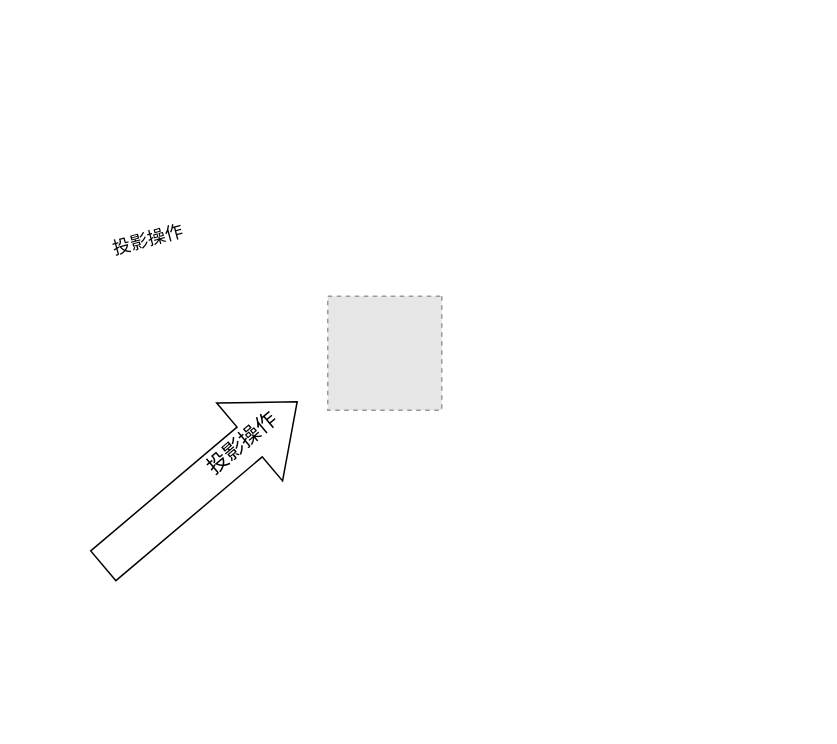
This is Wechat1.drawio from LanxinHe/CHEMP_figs, a draw.io file, before an edit. Source tidied: cells renumbered, new cells numbered last; positions are measured from the earlier drawing's top-left corner, leaving out a move shared by most shapes. Both pictures are drawn from the tidied source at 150%, with x=0, y=0 at pixel (94, 218). Pictures stored in the file or linked from it are replaced by grey dashed boxes.
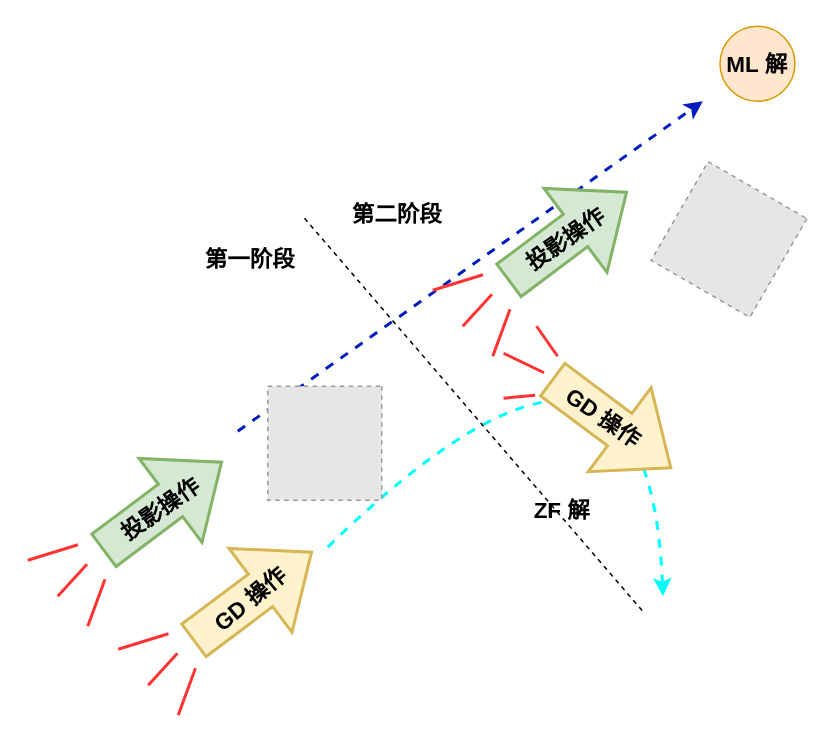
After the change.

Commit message:
Mettre à jour Wechat1.drawio

Diff of the diagram source:
```diff
@@
+    <mxCell id="6" style="endArrow=classic;html=1;rounded=0;fillColor=#0050ef;strokeColor=#001DBC;dashed=1;strokeWidth=2;" parent="1" edge="1">
+      <mxGeometry relative="1" as="geometry">
+        <mxPoint x="95" y="142" as="sourcePoint" />
+        <mxPoint x="405" y="-78" as="targetPoint" />
+      </mxGeometry>
+    </mxCell>
+    <mxCell id="7" style="curved=1;endArrow=classic;html=1;rounded=0;dashed=1;fillColor=#fff2cc;strokeColor=#00FFFF;strokeWidth=2;" parent="1" edge="1">
+      <mxGeometry relative="1" as="geometry">
+        <mxPoint x="155" y="219.2" as="sourcePoint" />
+        <mxPoint x="378.5" y="252" as="targetPoint" />
+        <Array as="points">
+          <mxPoint x="368.5" y="12" />
+        </Array>
+      </mxGeometry>
+    </mxCell>
     <mxCell id="2" style="fillColor=#E6E6E6;strokeColor=#999999;dashed=1;verticalLabelPosition=bottom;labelBackgroundColor=default;verticalAlign=top;rotation=90;" parent="1" vertex="1">
-      <mxGeometry x="155" y="52" width="76" height="76" as="geometry" />
+      <mxGeometry x="115" y="112" width="76" height="76" as="geometry" />
     </mxCell>
-    <mxCell id="3" style="shape=flexArrow;endArrow=classic;html=1;rounded=0;endWidth=41;endSize=13.51;width=26;" parent="1" edge="1">
+    <mxCell id="3" style="shape=flexArrow;endArrow=classic;html=1;rounded=0;endWidth=41;endSize=13.51;width=26;strokeWidth=2;fillColor=#d5e8d4;strokeColor=#82b366;" parent="1" edge="1">
       <mxGeometry relative="1" as="geometry">
-        <mxPoint x="5" y="232" as="sourcePoint" />
-        <mxPoint x="135" y="122" as="targetPoint" />
+        <mxPoint x="5" y="222" as="sourcePoint" />
+        <mxPoint x="85" y="162" as="targetPoint" />
       </mxGeometry>
     </mxCell>
+    <mxCell id="5" value="&lt;font style=&quot;font-size: 15px;&quot;&gt;&lt;b&gt;投影操作&lt;/b&gt;&lt;/font&gt;" style="text;html=1;align=center;verticalAlign=middle;whiteSpace=wrap;rounded=0;fillColor=none;strokeColor=none;rotation=-35;" parent="1" vertex="1">
+      <mxGeometry x="6.5" y="179.2" width="73" height="30" as="geometry" />
+    </mxCell>
+    <mxCell id="8" style="endArrow=none;html=1;rounded=0;strokeColor=#FF3333;strokeWidth=2;" parent="1" edge="1">
+      <mxGeometry relative="1" as="geometry">
+        <mxPoint x="-45" y="228" as="sourcePoint" />
+        <mxPoint x="-11.5" y="217.7" as="targetPoint" />
+      </mxGeometry>
+    </mxCell>
+    <mxCell id="9" style="endArrow=none;html=1;rounded=0;strokeColor=#FF3333;strokeWidth=2;" parent="1" edge="1">
+      <mxGeometry relative="1" as="geometry">
+        <mxPoint x="-5" y="272" as="sourcePoint" />
+        <mxPoint x="6.5" y="240.7" as="targetPoint" />
+      </mxGeometry>
+    </mxCell>
+    <mxCell id="10" style="endArrow=none;html=1;rounded=0;fillColor=#f8cecc;strokeColor=#FF3333;strokeWidth=2;" parent="1" edge="1">
+      <mxGeometry relative="1" as="geometry">
+        <mxPoint x="-25" y="252" as="sourcePoint" />
+        <mxPoint x="-5.5" y="230.7" as="targetPoint" />
+      </mxGeometry>
+    </mxCell>
+    <mxCell id="11" style="shape=flexArrow;endArrow=classic;html=1;rounded=0;endWidth=41;endSize=13.51;width=26;strokeWidth=2;fillColor=#fff2cc;strokeColor=#d6b656;" parent="1" edge="1">
+      <mxGeometry relative="1" as="geometry">
+        <mxPoint x="65" y="282" as="sourcePoint" />
+        <mxPoint x="145" y="222" as="targetPoint" />
+      </mxGeometry>
+    </mxCell>
+    <mxCell id="12" value="&lt;font style=&quot;font-size: 15px;&quot;&gt;&lt;b&gt;GD 操作&lt;/b&gt;&lt;/font&gt;" style="text;html=1;align=center;verticalAlign=middle;whiteSpace=wrap;rounded=0;fillColor=none;strokeColor=none;rotation=-40;" parent="1" vertex="1">
+      <mxGeometry x="66.5" y="239.2" width="73" height="30" as="geometry" />
+    </mxCell>
+    <mxCell id="13" style="endArrow=none;dashed=1;html=1;rounded=0;" parent="1" edge="1">
+      <mxGeometry relative="1" as="geometry">
+        <mxPoint x="139.5" as="sourcePoint" />
+        <mxPoint x="365" y="262" as="targetPoint" />
+      </mxGeometry>
+    </mxCell>
+    <mxCell id="14" value="&lt;span style=&quot;font-size: 15px;&quot;&gt;&lt;b&gt;ZF 解&lt;/b&gt;&lt;/span&gt;" style="text;html=1;align=center;verticalAlign=middle;whiteSpace=wrap;rounded=0;fillColor=none;strokeColor=none;rotation=0;" parent="1" vertex="1">
+      <mxGeometry x="275" y="179.2" width="73" height="30" as="geometry" />
+    </mxCell>
+    <mxCell id="15" style="endArrow=none;html=1;rounded=0;strokeColor=#FF3333;strokeWidth=2;" parent="1" edge="1">
+      <mxGeometry relative="1" as="geometry">
+        <mxPoint x="15.3" y="287.3" as="sourcePoint" />
+        <mxPoint x="48.8" y="277" as="targetPoint" />
+      </mxGeometry>
+    </mxCell>
+    <mxCell id="16" style="endArrow=none;html=1;rounded=0;strokeColor=#FF3333;strokeWidth=2;" parent="1" edge="1">
+      <mxGeometry relative="1" as="geometry">
+        <mxPoint x="55.3" y="331.3" as="sourcePoint" />
+        <mxPoint x="66.8" y="300" as="targetPoint" />
+      </mxGeometry>
+    </mxCell>
+    <mxCell id="17" style="endArrow=none;html=1;rounded=0;fillColor=#f8cecc;strokeColor=#FF3333;strokeWidth=2;" parent="1" edge="1">
+      <mxGeometry relative="1" as="geometry">
+        <mxPoint x="35.3" y="311.3" as="sourcePoint" />
+        <mxPoint x="54.8" y="290" as="targetPoint" />
+      </mxGeometry>
+    </mxCell>
+    <mxCell id="18" style="fillColor=#E6E6E6;strokeColor=#999999;dashed=1;verticalLabelPosition=bottom;labelBackgroundColor=default;verticalAlign=top;rotation=120;" parent="1" vertex="1">
+      <mxGeometry x="384.5" y="-23.8" width="76" height="76" as="geometry" />
+    </mxCell>
+    <mxCell id="19" style="shape=flexArrow;endArrow=classic;html=1;rounded=0;endWidth=41;endSize=13.51;width=26;strokeWidth=2;fillColor=#d5e8d4;strokeColor=#82b366;" parent="1" edge="1">
+      <mxGeometry relative="1" as="geometry">
+        <mxPoint x="275" y="42" as="sourcePoint" />
+        <mxPoint x="355" y="-18" as="targetPoint" />
+      </mxGeometry>
+    </mxCell>
-    <mxCell id="4" value="投影操作" style="text;html=1;align=center;verticalAlign=middle;strokeColor=none;fillColor=none;rotation=-15;" parent="1" vertex="1">
-      <mxGeometry width="70" height="30" as="geometry" />
+    <mxCell id="4" value="&lt;font style=&quot;font-size: 15px;&quot;&gt;&lt;b&gt;投影操作&lt;/b&gt;&lt;/font&gt;" style="text;html=1;align=center;verticalAlign=middle;whiteSpace=wrap;rounded=0;fillColor=none;strokeColor=none;rotation=-35;" parent="1" vertex="1">
+      <mxGeometry x="276.5" y="-0.8" width="73" height="30" as="geometry" />
     </mxCell>
-    <mxCell id="5" value="&lt;font style=&quot;font-size: 14px;&quot;&gt;投影操作&lt;/font&gt;" style="text;html=1;align=center;verticalAlign=middle;whiteSpace=wrap;rounded=0;fillColor=none;strokeColor=none;rotation=-40;" parent="1" vertex="1">
-      <mxGeometry x="68" y="135" width="60" height="30" as="geometry" />
-    </mxCell>
+    <mxCell id="20" style="endArrow=none;html=1;rounded=0;strokeColor=#FF3333;strokeWidth=2;" parent="1" edge="1">
+      <mxGeometry relative="1" as="geometry">
+        <mxPoint x="225" y="48" as="sourcePoint" />
+        <mxPoint x="258.5" y="37.7" as="targetPoint" />
+      </mxGeometry>
+    </mxCell>
+    <mxCell id="21" style="endArrow=none;html=1;rounded=0;strokeColor=#FF3333;strokeWidth=2;" parent="1" edge="1">
+      <mxGeometry relative="1" as="geometry">
+        <mxPoint x="265" y="92" as="sourcePoint" />
+        <mxPoint x="276.5" y="60.7" as="targetPoint" />
+      </mxGeometry>
+    </mxCell>
+    <mxCell id="22" style="endArrow=none;html=1;rounded=0;fillColor=#f8cecc;strokeColor=#FF3333;strokeWidth=2;" parent="1" edge="1">
+      <mxGeometry relative="1" as="geometry">
+        <mxPoint x="245" y="72" as="sourcePoint" />
+        <mxPoint x="264.5" y="50.7" as="targetPoint" />
+      </mxGeometry>
+    </mxCell>
+    <mxCell id="23" style="shape=flexArrow;endArrow=classic;html=1;rounded=0;endWidth=41;endSize=13.51;width=26;strokeWidth=2;fillColor=#fff2cc;strokeColor=#d6b656;" parent="1" edge="1">
+      <mxGeometry relative="1" as="geometry">
+        <mxPoint x="304.2" y="107" as="sourcePoint" />
+        <mxPoint x="384.5" y="167" as="targetPoint" />
+      </mxGeometry>
+    </mxCell>
+    <mxCell id="24" value="&lt;font style=&quot;font-size: 15px;&quot;&gt;&lt;b&gt;GD 操作&lt;/b&gt;&lt;/font&gt;" style="text;html=1;align=center;verticalAlign=middle;whiteSpace=wrap;rounded=0;fillColor=none;strokeColor=none;rotation=35;flipV=0;flipH=0;" parent="1" vertex="1">
+      <mxGeometry x="303.2" y="118" width="73" height="30" as="geometry" />
+    </mxCell>
+    <mxCell id="25" style="endArrow=none;html=1;rounded=0;strokeColor=#FF3333;strokeWidth=2;" parent="1" edge="1">
+      <mxGeometry relative="1" as="geometry">
+        <mxPoint x="294.2" y="72" as="sourcePoint" />
+        <mxPoint x="308.2" y="92" as="targetPoint" />
+      </mxGeometry>
+    </mxCell>
+    <mxCell id="26" style="endArrow=none;html=1;rounded=0;strokeColor=#FF3333;strokeWidth=2;" parent="1" edge="1">
+      <mxGeometry relative="1" as="geometry">
+        <mxPoint x="272.2" y="120" as="sourcePoint" />
+        <mxPoint x="293.2" y="118" as="targetPoint" />
+      </mxGeometry>
+    </mxCell>
+    <mxCell id="27" style="endArrow=none;html=1;rounded=0;fillColor=#f8cecc;strokeColor=#FF3333;strokeWidth=2;" parent="1" edge="1">
+      <mxGeometry relative="1" as="geometry">
+        <mxPoint x="272.2" y="90" as="sourcePoint" />
+        <mxPoint x="299.2" y="103" as="targetPoint" />
+      </mxGeometry>
+    </mxCell>
+    <mxCell id="28" value="&lt;span style=&quot;font-size: 15px;&quot;&gt;&lt;b&gt;第一阶段&lt;/b&gt;&lt;/span&gt;" style="text;html=1;align=center;verticalAlign=middle;whiteSpace=wrap;rounded=0;fillColor=none;strokeColor=none;rotation=0;" parent="1" vertex="1">
+      <mxGeometry x="66.5" y="12" width="73" height="30" as="geometry" />
+    </mxCell>
+    <mxCell id="29" value="&lt;span style=&quot;font-size: 15px;&quot;&gt;&lt;b&gt;第二阶段&lt;/b&gt;&lt;/span&gt;" style="text;html=1;align=center;verticalAlign=middle;whiteSpace=wrap;rounded=0;fillColor=none;strokeColor=none;rotation=0;" parent="1" vertex="1">
+      <mxGeometry x="165" y="-18" width="73" height="30" as="geometry" />
+    </mxCell>
+    <mxCell id="30" style="ellipse;whiteSpace=wrap;html=1;fillColor=#ffe6cc;strokeColor=#d79b00;" parent="1" vertex="1">
+      <mxGeometry x="416.5" y="-128" width="50" height="50" as="geometry" />
+    </mxCell>
+    <mxCell id="31" value="&lt;span style=&quot;font-size: 15px;&quot;&gt;&lt;b&gt;ML 解&lt;/b&gt;&lt;/span&gt;" style="text;html=1;align=center;verticalAlign=middle;whiteSpace=wrap;rounded=0;fillColor=none;strokeColor=none;rotation=0;" parent="1" vertex="1">
+      <mxGeometry x="405" y="-118" width="73" height="30" as="geometry" />
+    </mxCell>
```
